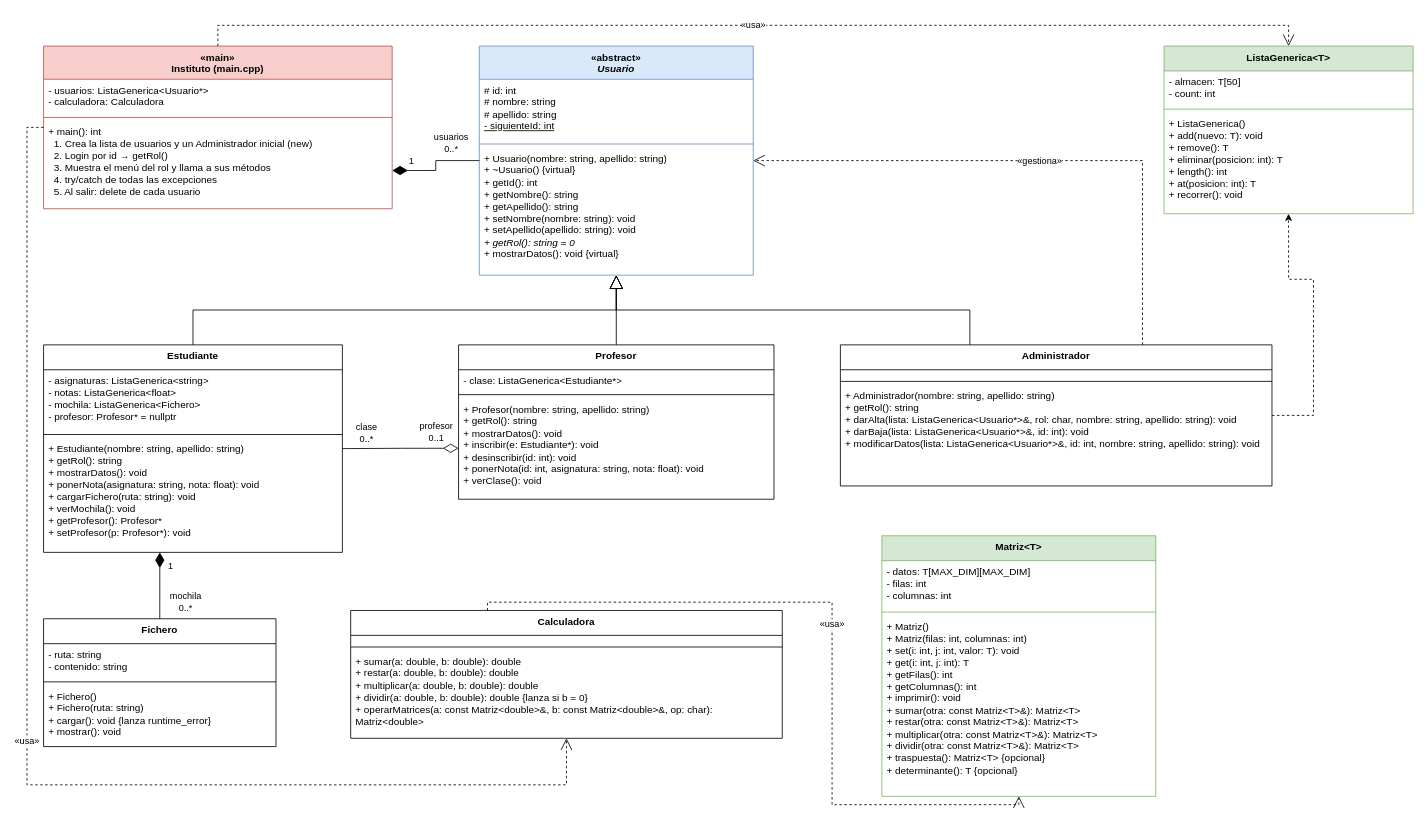
Above: Diagrama UML.drawio in Adrian-Duque/Instituto (draw.io), before the change. Source tidied: cells renumbered, new cells numbered last; positions are measured from the earlier drawing's top-left corner, leaving out a move shared by most shapes. Both pictures are drawn from the tidied source at 83%, with x=0, y=0 at pixel (27, 25).
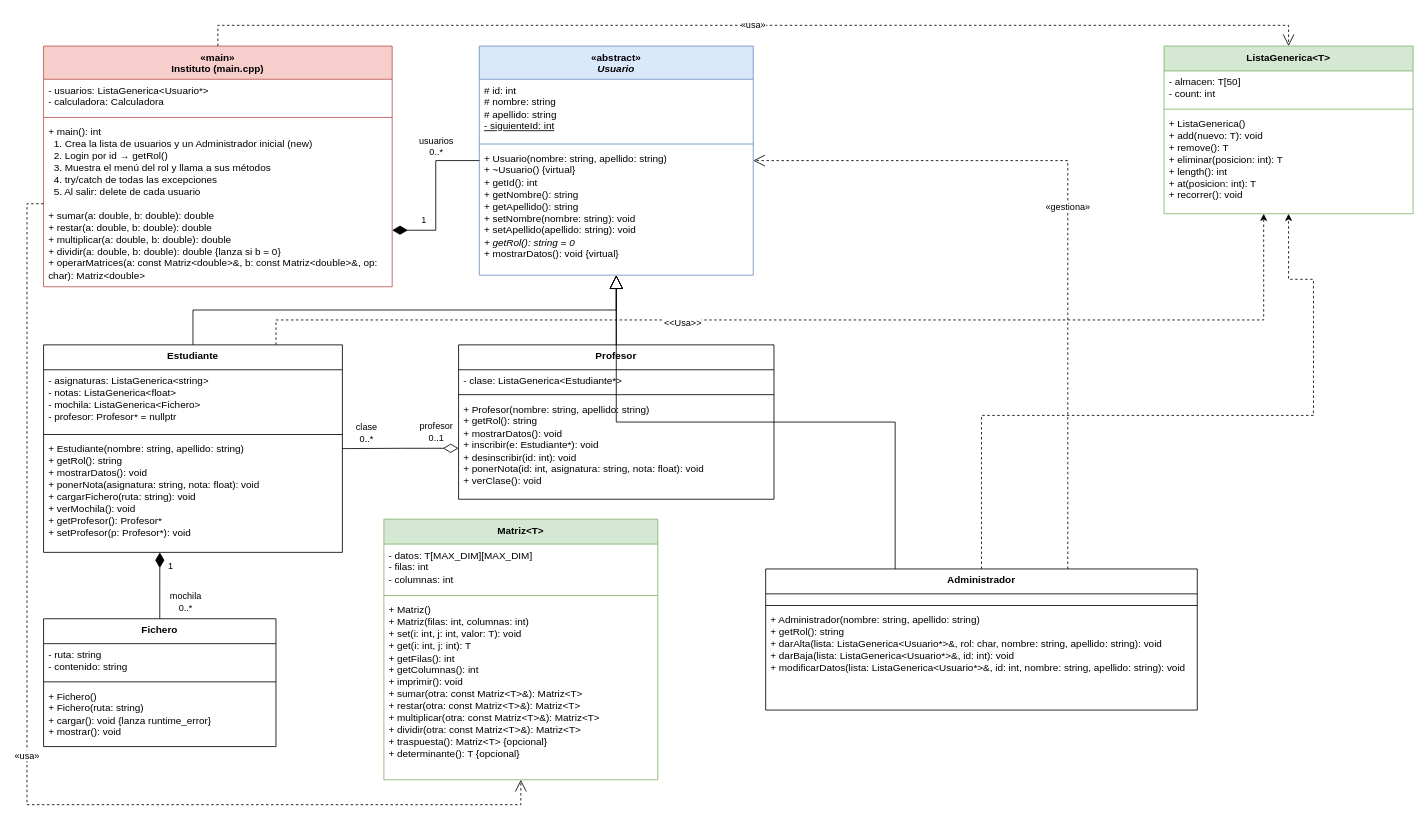
Above is the later version.

Commit message:
docs: modificacion UML

The change refers to these unchanged cells:
```xml
<mxCell id="10" value="Estudiante" style="swimlane;fontStyle=1;align=center;verticalAlign=top;horizontal=1;startSize=30;whiteSpace=wrap;html=1;" parent="1" vertex="1">
  <mxGeometry x="20" y="385" width="360" height="250" as="geometry" />
</mxCell>
<mxCell id="30" value="+ ListaGenerica()&lt;br&gt;+ add(nuevo: T): void&lt;br&gt;+ remove(): T&lt;br&gt;+ eliminar(posicion: int): T&lt;br&gt;+ length(): int&lt;br&gt;+ at(posicion: int): T&lt;br&gt;+ recorrer(): void" style="text;strokeColor=none;fillColor=none;align=left;verticalAlign=top;spacingLeft=4;spacingRight=4;overflow=hidden;points=[[0,0.5],[1,0.5]];portConstraint=eastwest;whiteSpace=wrap;html=1;" parent="27" vertex="1">
  <mxGeometry y="80" width="300" height="122" as="geometry" />
</mxCell>
```

The edit, as a diff of the source:
```diff
@@
     <mxCell id="2" value="«main»&lt;br&gt;Instituto (main.cpp)" style="swimlane;fontStyle=1;align=center;verticalAlign=top;horizontal=1;startSize=40;whiteSpace=wrap;html=1;fillColor=#f8cecc;strokeColor=#b85450;" parent="1" vertex="1">
-      <mxGeometry x="20" y="25" width="420" height="196" as="geometry" />
+      <mxGeometry x="20" y="25" width="420" height="290" as="geometry" />
     </mxCell>
@@
-    <mxCell id="5" value="+ main(): int&lt;br&gt;&amp;nbsp; 1. Crea la lista de usuarios y un Administrador inicial (new)&lt;br&gt;&amp;nbsp; 2. Login por id → getRol()&lt;br&gt;&amp;nbsp; 3. Muestra el menú del rol y llama a sus métodos&lt;br&gt;&amp;nbsp; 4. try/catch de todas las excepciones&lt;br&gt;&amp;nbsp; 5. Al salir: delete de cada usuario" style="text;strokeColor=none;fillColor=none;align=left;verticalAlign=top;spacingLeft=4;spacingRight=4;overflow=hidden;points=[[0,0.5],[1,0.5]];portConstraint=eastwest;whiteSpace=wrap;html=1;" parent="2" vertex="1">
-      <mxGeometry y="90" width="420" height="106" as="geometry" />
+    <mxCell id="5" value="+ main(): int&lt;br&gt;&amp;nbsp; 1. Crea la lista de usuarios y un Administrador inicial (new)&lt;br&gt;&amp;nbsp; 2. Login por id → getRol()&lt;br&gt;&amp;nbsp; 3. Muestra el menú del rol y llama a sus métodos&lt;br&gt;&amp;nbsp; 4. try/catch de todas las excepciones&lt;br&gt;&amp;nbsp; 5. Al salir: delete de cada usuario&lt;br&gt;&lt;br&gt;+ sumar(a: double, b: double): double&lt;br style=&quot;border-color: rgb(218, 220, 224);&quot;&gt;+ restar(a: double, b: double): double&lt;br style=&quot;border-color: rgb(218, 220, 224);&quot;&gt;+ multiplicar(a: double, b: double): double&lt;br style=&quot;border-color: rgb(218, 220, 224);&quot;&gt;+ dividir(a: double, b: double): double {lanza si b = 0}&lt;br style=&quot;border-color: rgb(218, 220, 224);&quot;&gt;+ operarMatrices(a: const Matriz&amp;lt;double&amp;gt;&amp;amp;, b: const Matriz&amp;lt;double&amp;gt;&amp;amp;, op: char): Matriz&amp;lt;double&amp;gt;" style="text;strokeColor=none;fillColor=none;align=left;verticalAlign=top;spacingLeft=4;spacingRight=4;overflow=hidden;points=[[0,0.5],[1,0.5]];portConstraint=eastwest;whiteSpace=wrap;html=1;" parent="2" vertex="1">
+      <mxGeometry y="90" width="420" height="200" as="geometry" />
     </mxCell>
@@
+    <mxCell id="55" style="edgeStyle=orthogonalEdgeStyle;rounded=0;jettySize=auto;html=1;dashed=1;" parent="1" edge="1" source="10" target="30">
+      <mxGeometry relative="1" as="geometry">
+        <Array as="points">
+          <mxPoint x="300" y="355" />
+          <mxPoint x="1490" y="355" />
+        </Array>
+      </mxGeometry>
+    </mxCell>
+    <mxCell id="56" value="&amp;lt;&amp;lt;Usa&amp;gt;&amp;gt;" style="edgeLabel;html=1;align=center;verticalAlign=middle;" parent="55" vertex="1">
+      <mxGeometry x="-0.23" y="-3" relative="1" as="geometry" />
+    </mxCell>
@@
     <mxCell id="19" value="Administrador" style="swimlane;fontStyle=1;align=center;verticalAlign=top;horizontal=1;startSize=30;whiteSpace=wrap;html=1;" parent="1" vertex="1">
-      <mxGeometry x="980" y="385" width="520" height="170" as="geometry" />
+      <mxGeometry x="890" y="655" width="520" height="170" as="geometry" />
     </mxCell>
@@
     <mxCell id="31" value="Matriz&amp;lt;T&amp;gt;" style="swimlane;fontStyle=1;align=center;verticalAlign=top;horizontal=1;startSize=30;whiteSpace=wrap;html=1;fillColor=#d5e8d4;strokeColor=#82b366;" parent="1" vertex="1">
-      <mxGeometry x="1030" y="615" width="330" height="314" as="geometry" />
+      <mxGeometry x="430" y="595" width="330" height="314" as="geometry" />
     </mxCell>
@@
-    <mxCell id="35" value="Calculadora" style="swimlane;fontStyle=1;align=center;verticalAlign=top;horizontal=1;startSize=30;whiteSpace=wrap;html=1;" parent="1" vertex="1">
-      <mxGeometry x="390" y="705" width="520" height="154" as="geometry" />
-    </mxCell>
-    <mxCell id="36" style="text;strokeColor=none;fillColor=none;align=left;verticalAlign=top;spacingLeft=4;spacingRight=4;overflow=hidden;whiteSpace=wrap;html=1;" parent="35" vertex="1">
-      <mxGeometry y="30" width="520" height="10" as="geometry" />
-    </mxCell>
-    <mxCell id="37" style="line;strokeWidth=1;fillColor=none;align=left;verticalAlign=middle;spacingTop=-1;spacingLeft=3;spacingRight=3;labelPosition=right;strokeColor=inherit;" parent="35" vertex="1">
-      <mxGeometry y="40" width="520" height="8" as="geometry" />
-    </mxCell>
-    <mxCell id="38" value="+ sumar(a: double, b: double): double&lt;br&gt;+ restar(a: double, b: double): double&lt;br&gt;+ multiplicar(a: double, b: double): double&lt;br&gt;+ dividir(a: double, b: double): double {lanza si b = 0}&lt;br&gt;+ operarMatrices(a: const Matriz&amp;lt;double&amp;gt;&amp;amp;, b: const Matriz&amp;lt;double&amp;gt;&amp;amp;, op: char): Matriz&amp;lt;double&amp;gt;" style="text;strokeColor=none;fillColor=none;align=left;verticalAlign=top;spacingLeft=4;spacingRight=4;overflow=hidden;whiteSpace=wrap;html=1;" parent="35" vertex="1">
-      <mxGeometry y="48" width="520" height="106" as="geometry" />
-    </mxCell>
@@
-    <mxCell id="43" value="«usa»" style="endArrow=open;endSize=12;dashed=1;html=1;edgeStyle=orthogonalEdgeStyle;rounded=0;exitX=0;exitY=0.5;exitDx=0;exitDy=0;entryX=0.5;entryY=1;entryDx=0;entryDy=0;" parent="1" edge="1" source="2" target="35">
-      <mxGeometry relative="1" as="geometry">
-        <Array as="points">
-          <mxPoint y="123.1" />
-          <mxPoint y="915.1" />
-          <mxPoint x="650" y="915.1" />
-        </Array>
-      </mxGeometry>
-    </mxCell>
@@
-    <mxCell id="54" value="«usa»" style="endArrow=open;endSize=12;dashed=1;html=1;edgeStyle=orthogonalEdgeStyle;rounded=0;exitX=0.317;exitY=0;exitDx=0;exitDy=0;entryX=0.5;entryY=1;entryDx=0;entryDy=0;" parent="1" edge="1" source="35" target="31">
-      <mxGeometry relative="1" as="geometry" />
+    <mxCell id="54" value="«usa»" style="endArrow=open;endSize=12;dashed=1;html=1;edgeStyle=orthogonalEdgeStyle;rounded=0;exitX=0;exitY=0.5;exitDx=0;exitDy=0;entryX=0.5;entryY=1;entryDx=0;entryDy=0;" parent="1" edge="1" source="5" target="31">
+      <mxGeometry relative="1" as="geometry">
+        <Array as="points">
+          <mxPoint y="215" />
+          <mxPoint y="939" />
+          <mxPoint x="595" y="939" />
+        </Array>
+      </mxGeometry>
     </mxCell>
```
